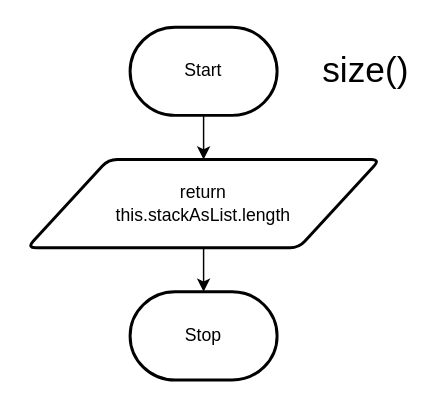
The draw.io diagram 2flowchart.drawio in AndiCucka/ICS4U-Unit2-03, before the edit. Source tidied: cells renumbered, new cells numbered last; positions are measured from the earlier drawing's top-left corner, leaving out a move shared by most shapes. Both pictures are drawn from the tidied source at 147%, with x=0, y=0 at pixel (26, 26).
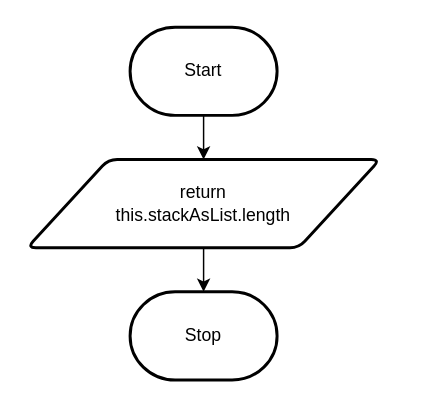
The same diagram, later.

Change to the diagram source:
```diff
@@
 <mxGraphModel>
   <root>
     <mxCell id="0" />
     <mxCell id="1" parent="0" />
     <mxCell id="2" style="edgeStyle=none;html=1;entryX=0.5;entryY=0;entryDx=0;entryDy=0;" parent="1" edge="1" source="3" target="6">
       <mxGeometry relative="1" as="geometry" />
     </mxCell>
     <mxCell id="3" value="Start" style="strokeWidth=2;html=1;shape=mxgraph.flowchart.terminator;whiteSpace=wrap;" parent="1" vertex="1">
       <mxGeometry x="70" width="100" height="60" as="geometry" />
     </mxCell>
     <mxCell id="4" value="Stop" style="strokeWidth=2;html=1;shape=mxgraph.flowchart.terminator;whiteSpace=wrap;" parent="1" vertex="1">
       <mxGeometry x="70" y="180" width="100" height="60" as="geometry" />
     </mxCell>
     <mxCell id="5" style="edgeStyle=none;html=1;" parent="1" edge="1" source="6" target="4">
       <mxGeometry relative="1" as="geometry" />
     </mxCell>
     <mxCell id="6" value="return&lt;br&gt;this.stackAsList.length" style="shape=parallelogram;html=1;strokeWidth=2;perimeter=parallelogramPerimeter;whiteSpace=wrap;rounded=1;arcSize=12;size=0.23;" parent="1" vertex="1">
       <mxGeometry y="90" width="240" height="60" as="geometry" />
     </mxCell>
-    <mxCell id="7" value="&lt;font style=&quot;font-size: 24px;&quot;&gt;size()&lt;/font&gt;" style="text;html=1;align=center;verticalAlign=middle;strokeColor=none;fillColor=none;" parent="1" vertex="1">
-      <mxGeometry x="190" y="10" width="80" height="40" as="geometry" />
-    </mxCell>
   </root>
 </mxGraphModel>
```
